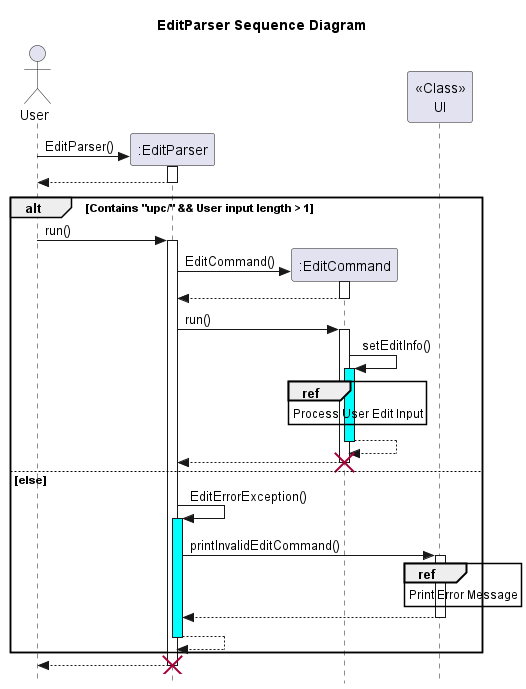
Before: docs/UML/Edit/EditParser.png, a diagram exported from PlantUML (nus-cs2113-AY2223S2/tp).
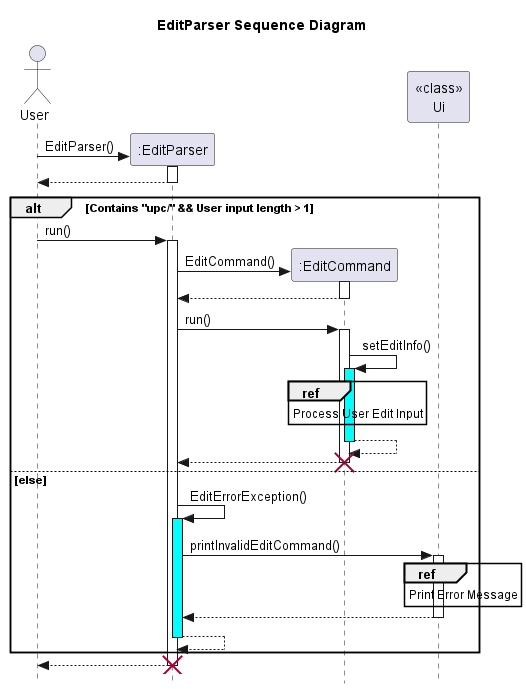
The same file after the commit.

What changed in the source:
```diff
@@ -28,11 +28,11 @@
 else else
     ":EditParser" -> ":EditParser": EditErrorException()
     activate ":EditParser" #Cyan
-    ":EditParser" -> "<<Class>>\nUI": printInvalidEditCommand()
-    activate "<<Class>>\nUI"
-    ref over "<<Class>>\nUI": Print Error Message
-    "<<Class>>\nUI" --> ":EditParser"
-    deactivate "<<Class>>\nUI"
+    ":EditParser" -> "<<class>>\nUi": printInvalidEditCommand()
+    activate "<<class>>\nUi"
+    ref over "<<class>>\nUi": Print Error Message
+    "<<class>>\nUi" --> ":EditParser"
+    deactivate "<<class>>\nUi"
     ":EditParser" --> ":EditParser"
     deactivate ":EditParser"
 end
```
